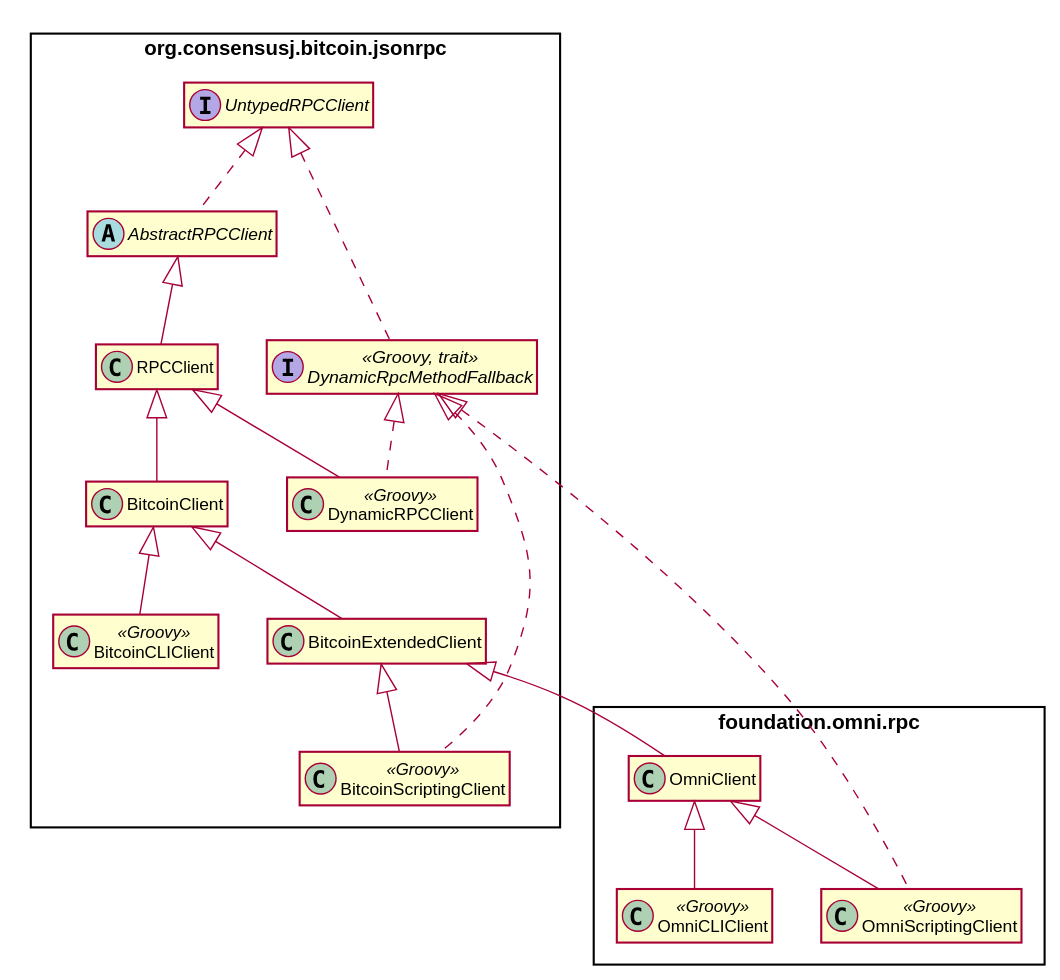
The PlantUML diagram images/diagram-classes.svg in OmniLayer/OmniJ, before a commit.
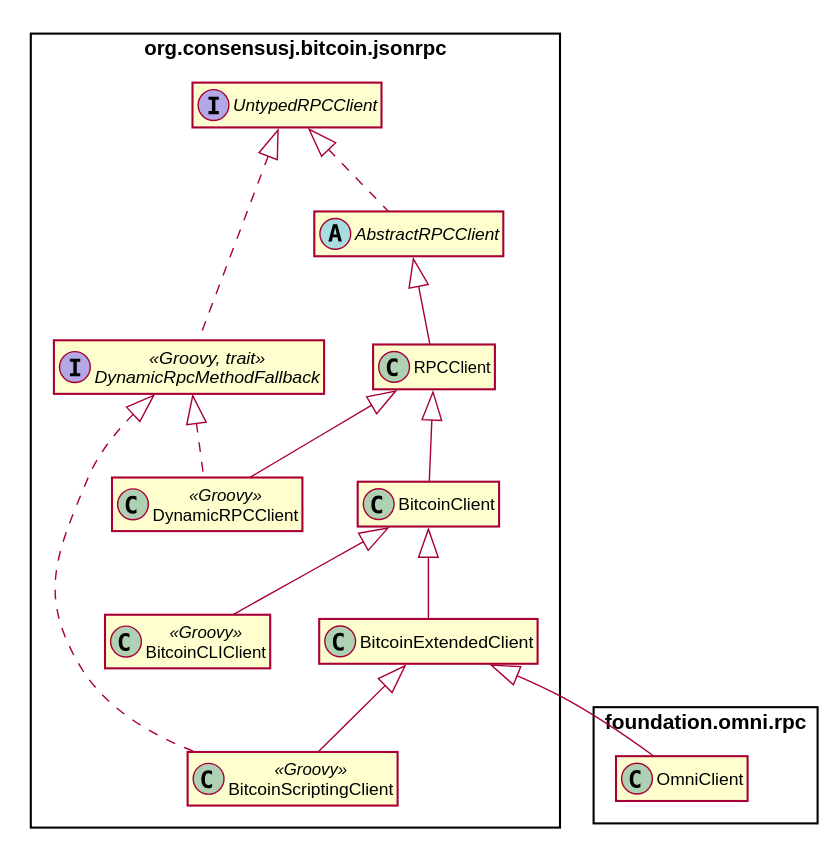
Later version of the same file.

What changed in the source:
```diff
@@ -33,14 +33,8 @@
 
 namespace foundation.omni.rpc {
     class OmniClient
-    class OmniScriptingClient << Groovy >>
-    class OmniCLIClient << Groovy >>
-
 
     org.consensusj.bitcoin.jsonrpc.BitcoinExtendedClient <|-- OmniClient
-    OmniClient <|-- OmniScriptingClient
-    org.consensusj.bitcoin.jsonrpc.DynamicRpcMethodFallback <|.. OmniScriptingClient
-    OmniClient <|-- OmniCLIClient
 }
 
 
```
